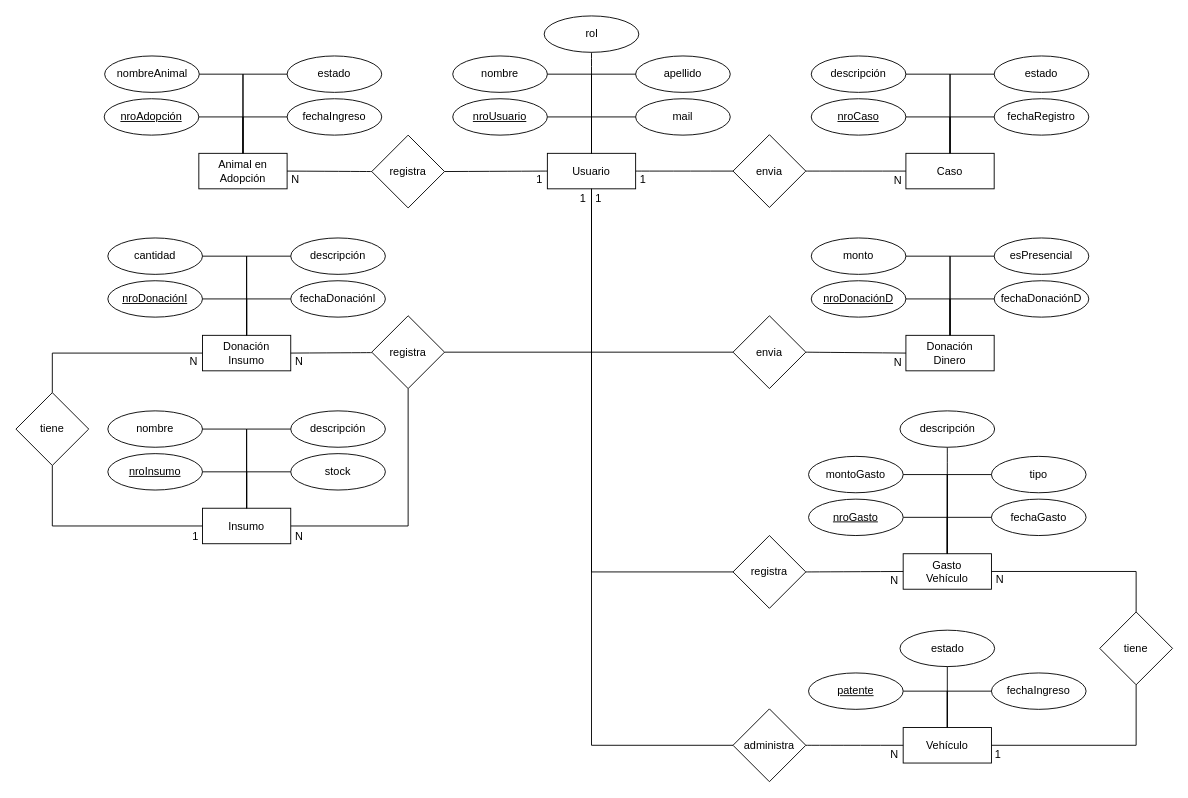
Before: DER RECAM.drawio in franualba/diagrams, a draw.io diagram. Source tidied: cells renumbered, new cells numbered last; positions are measured from the earlier drawing's top-left corner, leaving out a move shared by most shapes. Both pictures are drawn from the tidied source at 91%, with x=0, y=0 at pixel (15, 15).
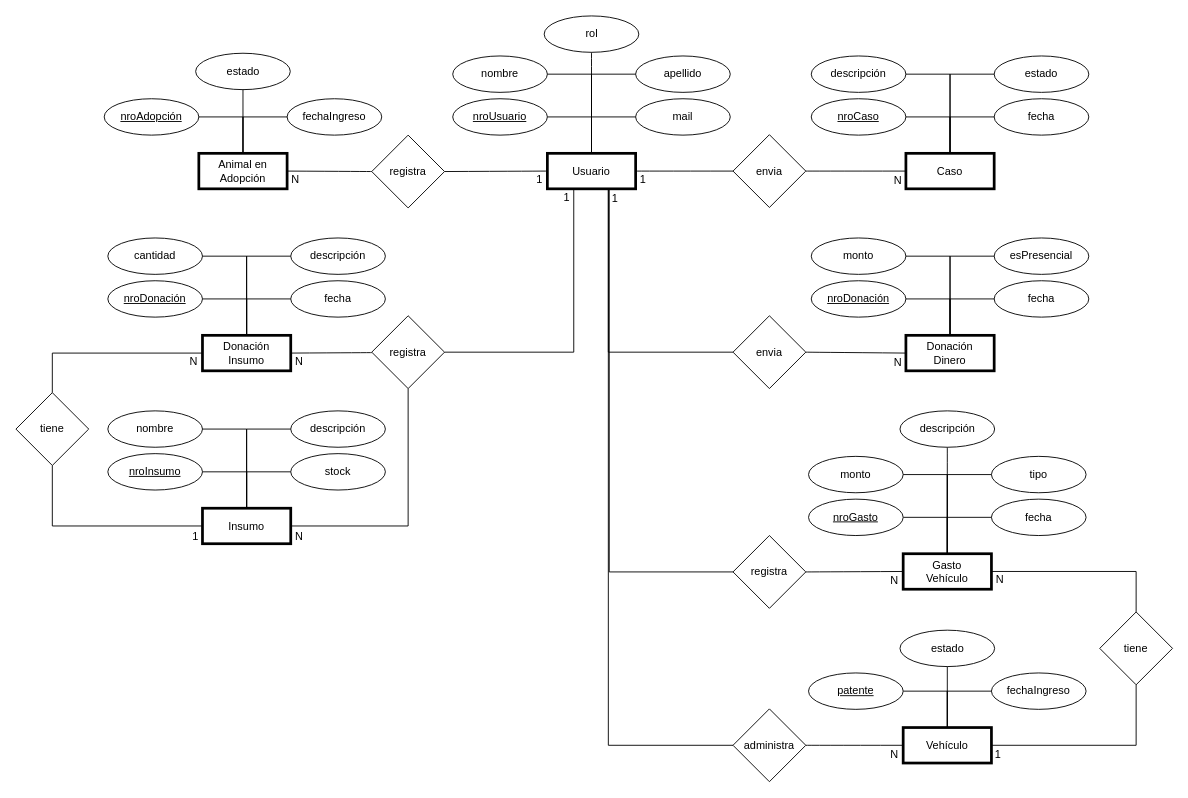
The same page after the edit.

The change refers to these unchanged cells:
```xml
<mxCell id="5" style="edgeStyle=none;curved=1;rounded=0;jettySize=auto;html=1;exitX=0;exitY=0.5;exitDx=0;exitDy=0;entryX=1;entryY=0.5;entryDx=0;entryDy=0;fontSize=12;startSize=8;endSize=8;endArrow=none;endFill=0;" parent="1" edge="1" source="14" target="91">
  <mxGeometry relative="1" as="geometry" />
</mxCell>
<mxCell id="92" value="registra" style="rhombus;whiteSpace=wrap;html=1;" parent="1" vertex="1">
  <mxGeometry x="391" y="329.5" width="80" height="80" as="geometry" />
</mxCell>
<mxCell id="94" value="envia" style="rhombus;whiteSpace=wrap;html=1;" parent="1" vertex="1">
  <mxGeometry x="788" y="329.5" width="80" height="80" as="geometry" />
</mxCell>
<mxCell id="109" value="registra" style="rhombus;whiteSpace=wrap;html=1;" parent="1" vertex="1">
  <mxGeometry x="788" y="571" width="80" height="80" as="geometry" />
</mxCell>
<mxCell id="114" value="administra" style="rhombus;whiteSpace=wrap;html=1;" parent="1" vertex="1">
  <mxGeometry x="788" y="761.5" width="80" height="80" as="geometry" />
</mxCell>
```

Change to the diagram source:
```diff
@@
     <mxCell id="7" value="1" style="edgeLabel;html=1;align=center;verticalAlign=middle;fontSize=12;" parent="5" vertex="1">
       <mxGeometry x="0.04" y="-2" relative="1" as="geometry">
-        <mxPoint x="98" y="32" as="offset" />
+        <mxPoint x="80" y="31" as="offset" />
       </mxGeometry>
     </mxCell>
     <mxCell id="8" value="1" style="edgeLabel;html=1;align=center;verticalAlign=middle;fontSize=12;" parent="5" vertex="1">
       <mxGeometry x="0.04" y="-2" relative="1" as="geometry">
-        <mxPoint x="115" y="32" as="offset" />
+        <mxPoint x="133" y="32" as="offset" />
       </mxGeometry>
     </mxCell>
@@
     <mxCell id="12" style="edgeStyle=orthogonalEdgeStyle;rounded=0;jettySize=auto;html=1;exitX=0.5;exitY=1;exitDx=0;exitDy=0;entryX=0;entryY=0.5;entryDx=0;entryDy=0;fontSize=12;startSize=8;endSize=8;endArrow=none;endFill=0;" parent="1" edge="1" source="14" target="94">
-      <mxGeometry relative="1" as="geometry" />
+      <mxGeometry relative="1" as="geometry">
+        <Array as="points">
+          <mxPoint x="651" y="190" />
+          <mxPoint x="651" y="370" />
+        </Array>
+      </mxGeometry>
     </mxCell>
     <mxCell id="13" style="edgeStyle=orthogonalEdgeStyle;rounded=0;jettySize=auto;html=1;exitX=0.5;exitY=1;exitDx=0;exitDy=0;entryX=0;entryY=0.5;entryDx=0;entryDy=0;fontSize=12;startSize=8;endSize=8;endArrow=none;endFill=0;" parent="1" edge="1" source="14" target="109">
-      <mxGeometry relative="1" as="geometry" />
+      <mxGeometry relative="1" as="geometry">
+        <Array as="points">
+          <mxPoint x="652" y="190" />
+          <mxPoint x="652" y="611" />
+        </Array>
+      </mxGeometry>
     </mxCell>
-    <mxCell id="14" value="Usuario" style="rounded=0;whiteSpace=wrap;html=1;" parent="1" vertex="1">
+    <mxCell id="14" value="Usuario" style="rounded=0;whiteSpace=wrap;html=1;strokeWidth=3;" parent="1" vertex="1">
       <mxGeometry x="584" y="151" width="97" height="39" as="geometry" />
     </mxCell>
@@
-    <mxCell id="23" value="Caso" style="rounded=0;whiteSpace=wrap;html=1;" parent="1" vertex="1">
+    <mxCell id="23" value="Caso" style="rounded=0;whiteSpace=wrap;html=1;strokeWidth=3;" parent="1" vertex="1">
       <mxGeometry x="978" y="151" width="97" height="39" as="geometry" />
     </mxCell>
@@
-    <mxCell id="26" value="fechaRegistro" style="ellipse;whiteSpace=wrap;html=1;" parent="1" vertex="1">
+    <mxCell id="26" value="fecha" style="ellipse;whiteSpace=wrap;html=1;" parent="1" vertex="1">
       <mxGeometry x="1075" y="91" width="104" height="40" as="geometry" />
     </mxCell>
@@
-    <mxCell id="30" value="&lt;div&gt;Animal en Adopción&lt;/div&gt;" style="rounded=0;whiteSpace=wrap;html=1;" parent="1" vertex="1">
+    <mxCell id="30" value="&lt;div&gt;Animal en Adopción&lt;/div&gt;" style="rounded=0;whiteSpace=wrap;html=1;strokeWidth=3;" parent="1" vertex="1">
       <mxGeometry x="201" y="151" width="97" height="39" as="geometry" />
     </mxCell>
-    <mxCell id="31" value="nombreAnimal" style="ellipse;whiteSpace=wrap;html=1;" parent="1" vertex="1">
-      <mxGeometry x="97.5" y="44" width="104" height="40" as="geometry" />
-    </mxCell>
@@
-    <mxCell id="34" style="edgeStyle=orthogonalEdgeStyle;rounded=0;jettySize=auto;html=1;exitX=0.5;exitY=0;exitDx=0;exitDy=0;entryX=1;entryY=0.5;entryDx=0;entryDy=0;fontSize=12;startSize=8;endSize=8;endArrow=none;endFill=0;" parent="1" edge="1" source="30" target="31">
-      <mxGeometry relative="1" as="geometry" />
-    </mxCell>
@@
-    <mxCell id="37" value="&lt;div&gt;Donación&lt;/div&gt;&lt;div&gt;Dinero&lt;br&gt;&lt;/div&gt;" style="rounded=0;whiteSpace=wrap;html=1;" parent="1" vertex="1">
+    <mxCell id="37" value="&lt;div&gt;Donación&lt;/div&gt;&lt;div&gt;Dinero&lt;br&gt;&lt;/div&gt;" style="rounded=0;whiteSpace=wrap;html=1;strokeWidth=3;" parent="1" vertex="1">
       <mxGeometry x="978" y="351" width="97" height="39" as="geometry" />
     </mxCell>
@@
-    <mxCell id="39" value="&lt;u&gt;nroDonaciónD&lt;/u&gt;" style="ellipse;whiteSpace=wrap;html=1;" parent="1" vertex="1">
+    <mxCell id="39" value="&lt;u&gt;nroDonación&lt;/u&gt;" style="ellipse;whiteSpace=wrap;html=1;" parent="1" vertex="1">
       <mxGeometry x="874" y="291" width="104" height="40" as="geometry" />
     </mxCell>
@@
-    <mxCell id="41" value="fechaDonaciónD" style="ellipse;whiteSpace=wrap;html=1;" parent="1" vertex="1">
+    <mxCell id="41" value="fecha" style="ellipse;whiteSpace=wrap;html=1;" parent="1" vertex="1">
       <mxGeometry x="1075" y="291" width="104" height="40" as="geometry" />
     </mxCell>
@@
-    <mxCell id="47" value="Insumo" style="rounded=0;whiteSpace=wrap;html=1;" parent="1" vertex="1">
+    <mxCell id="47" value="Insumo" style="rounded=0;whiteSpace=wrap;html=1;strokeWidth=3;" parent="1" vertex="1">
       <mxGeometry x="205" y="541" width="97" height="39" as="geometry" />
     </mxCell>
@@
-    <mxCell id="56" value="&lt;div&gt;Donación&lt;/div&gt;&lt;div&gt;Insumo&lt;br&gt;&lt;/div&gt;" style="rounded=0;whiteSpace=wrap;html=1;" parent="1" vertex="1">
+    <mxCell id="56" value="&lt;div&gt;Donación&lt;/div&gt;&lt;div&gt;Insumo&lt;br&gt;&lt;/div&gt;" style="rounded=0;whiteSpace=wrap;html=1;strokeWidth=3;" parent="1" vertex="1">
       <mxGeometry x="205" y="351" width="97" height="39" as="geometry" />
     </mxCell>
@@
-    <mxCell id="58" value="&lt;u&gt;nroDonaciónI&lt;/u&gt;" style="ellipse;whiteSpace=wrap;html=1;" parent="1" vertex="1">
+    <mxCell id="58" value="&lt;u&gt;nroDonación&lt;/u&gt;" style="ellipse;whiteSpace=wrap;html=1;" parent="1" vertex="1">
       <mxGeometry x="101" y="291" width="104" height="40" as="geometry" />
     </mxCell>
@@
-    <mxCell id="60" value="fechaDonaciónI" style="ellipse;whiteSpace=wrap;html=1;" parent="1" vertex="1">
+    <mxCell id="60" value="fecha" style="ellipse;whiteSpace=wrap;html=1;" parent="1" vertex="1">
       <mxGeometry x="302" y="291" width="104" height="40" as="geometry" />
     </mxCell>
@@
-    <mxCell id="65" value="Vehículo" style="rounded=0;whiteSpace=wrap;html=1;" parent="1" vertex="1">
+    <mxCell id="65" value="Vehículo" style="rounded=0;whiteSpace=wrap;html=1;strokeWidth=3;" parent="1" vertex="1">
       <mxGeometry x="975" y="782" width="97" height="39" as="geometry" />
     </mxCell>
@@
-    <mxCell id="72" value="Gasto&lt;br&gt;Vehículo" style="rounded=0;whiteSpace=wrap;html=1;" parent="1" vertex="1">
+    <mxCell id="72" value="Gasto&lt;br&gt;Vehículo" style="rounded=0;whiteSpace=wrap;html=1;strokeWidth=3;" parent="1" vertex="1">
       <mxGeometry x="975" y="591" width="97" height="39" as="geometry" />
     </mxCell>
-    <mxCell id="73" value="montoGasto" style="ellipse;whiteSpace=wrap;html=1;" parent="1" vertex="1">
+    <mxCell id="73" value="monto" style="ellipse;whiteSpace=wrap;html=1;" parent="1" vertex="1">
       <mxGeometry x="871" y="484" width="104" height="40" as="geometry" />
     </mxCell>
@@
-    <mxCell id="76" value="fechaGasto" style="ellipse;whiteSpace=wrap;html=1;" parent="1" vertex="1">
+    <mxCell id="76" value="fecha" style="ellipse;whiteSpace=wrap;html=1;" parent="1" vertex="1">
       <mxGeometry x="1072" y="531" width="104" height="40" as="geometry" />
     </mxCell>
@@
     <mxCell id="96" style="edgeStyle=orthogonalEdgeStyle;rounded=0;jettySize=auto;html=1;exitX=0.5;exitY=1;exitDx=0;exitDy=0;entryX=1;entryY=0.5;entryDx=0;entryDy=0;fontSize=12;startSize=8;endSize=8;endArrow=none;endFill=0;" parent="1" edge="1" source="14" target="92">
-      <mxGeometry relative="1" as="geometry" />
+      <mxGeometry relative="1" as="geometry">
+        <Array as="points">
+          <mxPoint x="613" y="190" />
+          <mxPoint x="613" y="370" />
+        </Array>
+      </mxGeometry>
     </mxCell>
@@
     <mxCell id="101" value="estado" style="ellipse;whiteSpace=wrap;html=1;" parent="1" vertex="1">
-      <mxGeometry x="298" y="44" width="104" height="40" as="geometry" />
+      <mxGeometry x="197.5" y="41" width="104" height="40" as="geometry" />
     </mxCell>
-    <mxCell id="102" style="edgeStyle=orthogonalEdgeStyle;rounded=0;jettySize=auto;html=1;exitX=0.5;exitY=0;exitDx=0;exitDy=0;entryX=0;entryY=0.5;entryDx=0;entryDy=0;fontSize=12;startSize=8;endSize=8;endArrow=none;endFill=0;" parent="1" edge="1" source="30" target="101">
+    <mxCell id="102" style="edgeStyle=orthogonalEdgeStyle;rounded=0;jettySize=auto;html=1;exitX=0.5;exitY=0;exitDx=0;exitDy=0;entryX=0.5;entryY=1;entryDx=0;entryDy=0;fontSize=12;startSize=8;endSize=8;endArrow=none;endFill=0;" parent="1" edge="1" source="30" target="101">
       <mxGeometry relative="1" as="geometry" />
     </mxCell>
@@
     <mxCell id="115" style="edgeStyle=orthogonalEdgeStyle;rounded=0;jettySize=auto;html=1;exitX=0.5;exitY=1;exitDx=0;exitDy=0;entryX=0;entryY=0.5;entryDx=0;entryDy=0;fontSize=12;startSize=8;endSize=8;endArrow=none;endFill=0;" parent="1" edge="1" source="14" target="114">
-      <mxGeometry relative="1" as="geometry" />
+      <mxGeometry relative="1" as="geometry">
+        <Array as="points">
+          <mxPoint x="651" y="190" />
+          <mxPoint x="651" y="802" />
+        </Array>
+      </mxGeometry>
     </mxCell>
```
